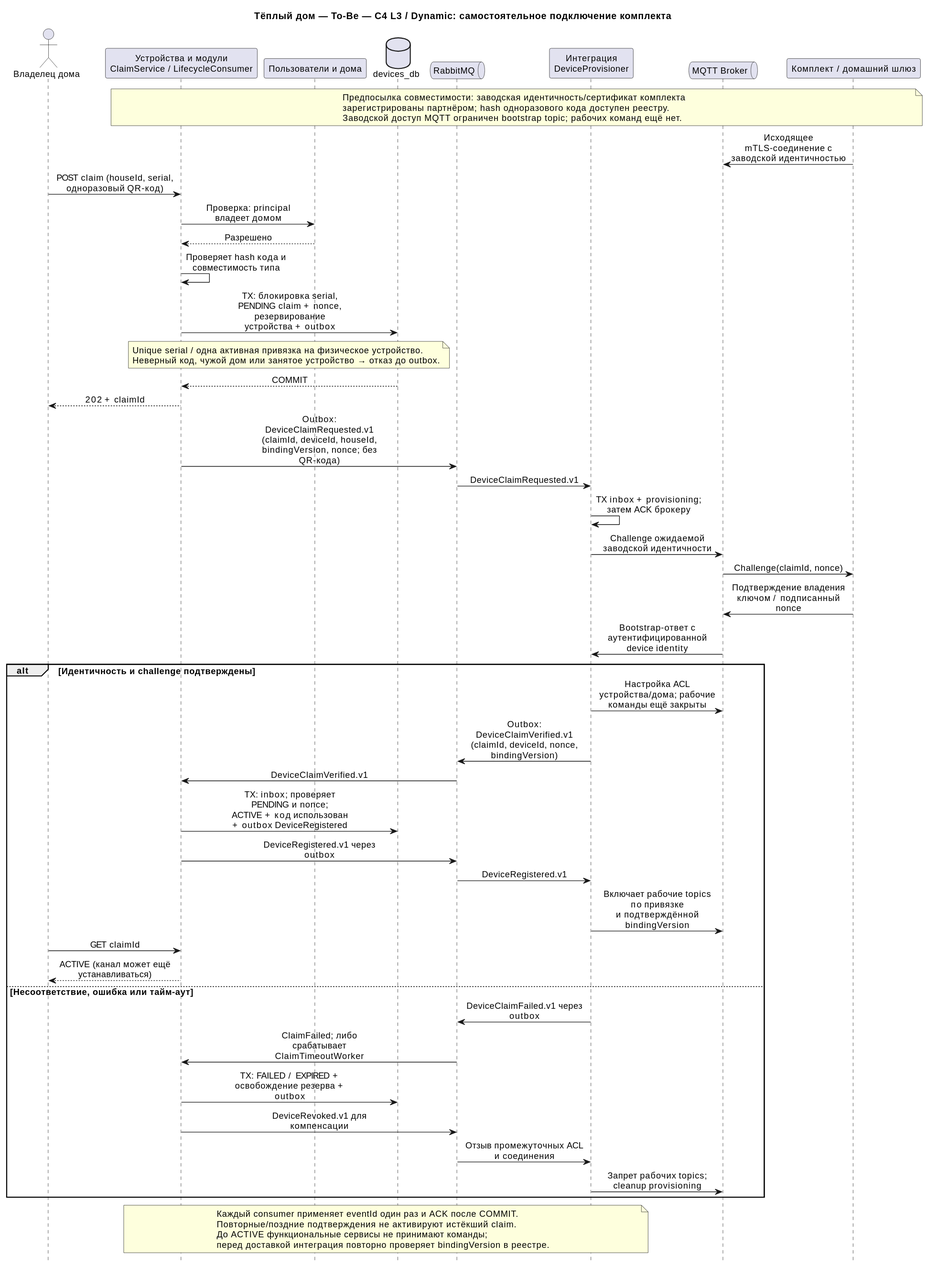
Above: docs/diagrams/to-be/c4-l3-dynamic-device-claim-sequence.svg in AleksAbramovWEB/architecture-warmhouse (PlantUML), before the change. Its diagram source:
```plantuml
@startuml
!pragma layout smetana
skinparam defaultFontName SansSerif
skinparam defaultFontSize 13
skinparam sequenceMessageAlign center
skinparam maxMessageSize 180
hide footbox
title Тёплый дом — To-Be — C4 L3 / Dynamic: самостоятельное подключение комплекта


actor "Владелец дома" as user
participant "Устройства и модули\nClaimService / LifecycleConsumer" as registry
participant "Пользователи и дома" as homes
database "devices_db" as db
queue "RabbitMQ" as bus
participant "Интеграция\nDeviceProvisioner" as bridge
queue "MQTT Broker" as mqtt
participant "Комплект / домашний шлюз" as edge

note over registry,edge
  Предпосылка совместимости: заводская идентичность/сертификат комплекта
  зарегистрированы партнёром; hash одноразового кода доступен реестру.
  Заводской доступ MQTT ограничен bootstrap topic; рабочих команд ещё нет.
end note
edge -> mqtt : Исходящее mTLS-соединение с заводской идентичностью
user -> registry : POST claim (houseId, serial, одноразовый QR-код)
registry -> homes : Проверка: principal владеет домом
homes --> registry : Разрешено
registry -> registry : Проверяет hash кода и совместимость типа
registry -> db : TX: блокировка serial, PENDING claim + nonce,\nрезервирование устройства + outbox
note over registry,db
  Unique serial / одна активная привязка на физическое устройство.
  Неверный код, чужой дом или занятое устройство → отказ до outbox.
end note
db --> registry : COMMIT
registry --> user : 202 + claimId
registry -> bus : Outbox: DeviceClaimRequested.v1\n(claimId, deviceId, houseId, bindingVersion, nonce; без QR-кода)
bus -> bridge : DeviceClaimRequested.v1
bridge -> bridge : TX inbox + provisioning; затем ACK брокеру
bridge -> mqtt : Challenge ожидаемой заводской идентичности
mqtt -> edge : Challenge(claimId, nonce)
edge -> mqtt : Подтверждение владения ключом / подписанный nonce
mqtt -> bridge : Bootstrap-ответ с аутентифицированной device identity
alt Идентичность и challenge подтверждены
  bridge -> mqtt : Настройка ACL устройства/дома; рабочие команды ещё закрыты
  bridge -> bus : Outbox: DeviceClaimVerified.v1\n(claimId, deviceId, nonce, bindingVersion)
  bus -> registry : DeviceClaimVerified.v1
  registry -> db : TX: inbox; проверяет PENDING и nonce;\nACTIVE + код использован + outbox DeviceRegistered
  registry -> bus : DeviceRegistered.v1 через outbox
  bus -> bridge : DeviceRegistered.v1
  bridge -> mqtt : Включает рабочие topics по привязке\nи подтверждённой bindingVersion
  user -> registry : GET claimId
  registry --> user : ACTIVE (канал может ещё устанавливаться)
else Несоответствие, ошибка или тайм-аут
  bridge -> bus : DeviceClaimFailed.v1 через outbox
  bus -> registry : ClaimFailed; либо срабатывает ClaimTimeoutWorker
  registry -> db : TX: FAILED / EXPIRED + освобождение резерва + outbox
  registry -> bus : DeviceRevoked.v1 для компенсации
  bus -> bridge : Отзыв промежуточных ACL и соединения
  bridge -> mqtt : Запрет рабочих topics; cleanup provisioning
end
note over registry,bridge
  Каждый consumer применяет eventId один раз и ACK после COMMIT.
  Повторные/поздние подтверждения не активируют истёкший claim.
  До ACTIVE функциональные сервисы не принимают команды;
  перед доставкой интеграция повторно проверяет bindingVersion в реестре.
end note
@enduml
```
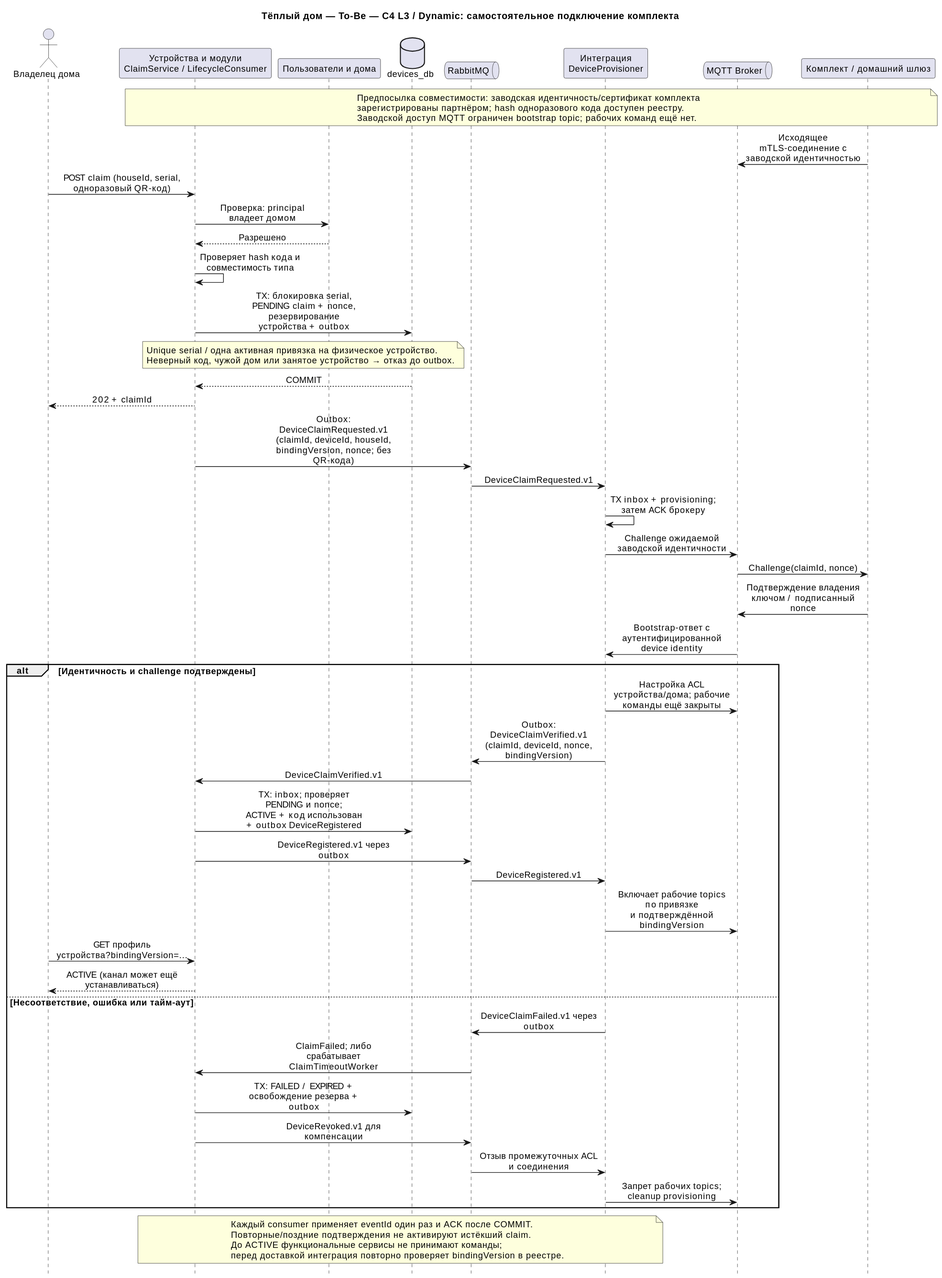
Above is the later version.

The edit, as a diff of the source:
```diff
@@ -49,7 +49,7 @@
   registry -> bus : DeviceRegistered.v1 через outbox
   bus -> bridge : DeviceRegistered.v1
   bridge -> mqtt : Включает рабочие topics по привязке\nи подтверждённой bindingVersion
-  user -> registry : GET claimId
+  user -> registry : GET профиль устройства?bindingVersion=...
   registry --> user : ACTIVE (канал может ещё устанавливаться)
 else Несоответствие, ошибка или тайм-аут
   bridge -> bus : DeviceClaimFailed.v1 через outbox
```
